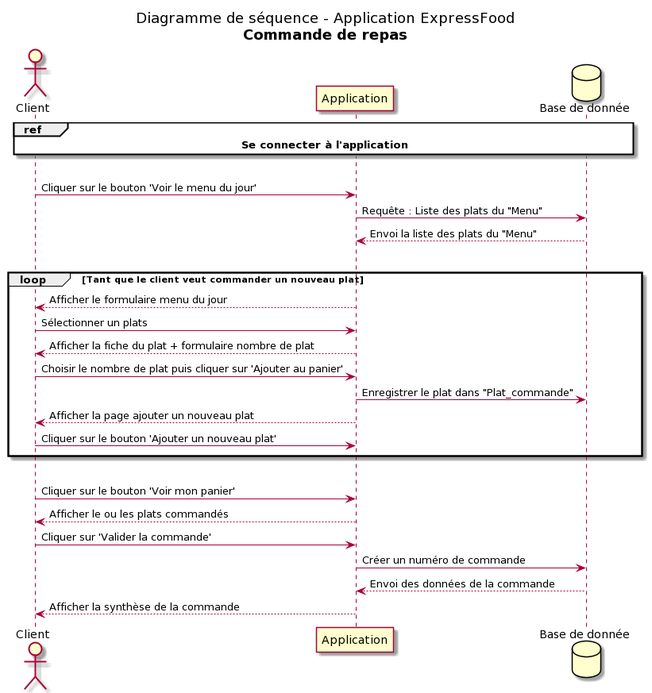
RemarkableCraft/OC_UML_P4 keeps this PlantUML diagram as P4_01_schémaUML/02-03_diagramme_sequence_Commande.png. Above is the earlier version.
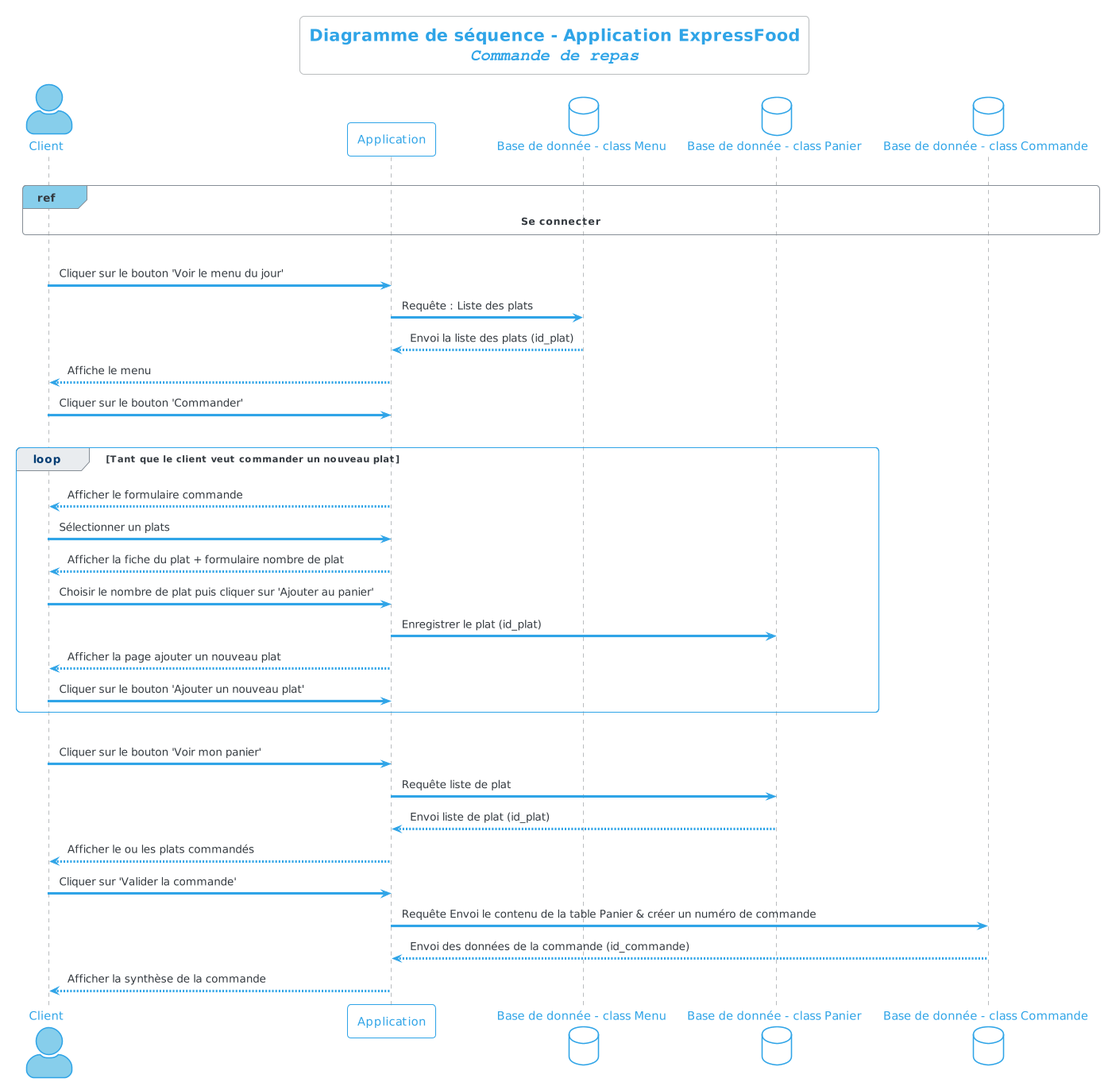
Later version of the same file.

The edit, as a diff of the source:
```diff
@@ -1,36 +1,46 @@
 @startuml
 title
  Diagramme de séquence - Application ExpressFood
- **Commande de repas**
+ //""Commande de repas""//
 end title
 
-actor Client as A3
+skinparam actorStyle awesome
+!theme cerulean-outline
+
+actor Client as A3 #SkyBlue
 
 participant Application as UI
-database "Base de donnée" as BDD
+database "Base de donnée - class Menu" as BDD1
+database "Base de donnée - class Panier" as BDD2
+database "Base de donnée - class Commande" as BDD3
 
-ref over A3, BDD : **Se connecter à l'application**
+|||
+ref#SkyBlue over A3, BDD3 : **Se connecter**
 |||
 A3 -> UI : Cliquer sur le bouton 'Voir le menu du jour'
-UI -> BDD : Requête : Liste des plats du "Menu"
-BDD --> UI : Envoi la liste des plats du "Menu"
+UI -> BDD1 : Requête : Liste des plats
+BDD1 --> UI : Envoi la liste des plats (id_plat)
+UI --> A3 : Affiche le menu
+A3 -> UI : Cliquer sur le bouton 'Commander'
 |||
 loop Tant que le client veut commander un nouveau plat
 ||5||
-UI --> A3 : Afficher le formulaire menu du jour
+UI --> A3 : Afficher le formulaire commande
 A3 -> UI : Sélectionner un plats
 UI --> A3 : Afficher la fiche du plat + formulaire nombre de plat
 A3 -> UI : Choisir le nombre de plat puis cliquer sur 'Ajouter au panier'
-UI -> BDD : Enregistrer le plat dans "Plat_commande"
+UI -> BDD2 : Enregistrer le plat (id_plat)
 UI --> A3 : Afficher la page ajouter un nouveau plat
 A3 -> UI : Cliquer sur le bouton 'Ajouter un nouveau plat'
 ||5||
 end
 |||
 A3 -> UI : Cliquer sur le bouton 'Voir mon panier'
+UI -> BDD2 : Requête liste de plat
+BDD2 --> UI : Envoi liste de plat (id_plat)
 UI --> A3 : Afficher le ou les plats commandés
 A3 -> UI : Cliquer sur 'Valider la commande'
-UI -> BDD : Créer un numéro de commande
-BDD --> UI : Envoi des données de la commande
+UI -> BDD3 : Requête Envoi le contenu de la table Panier & créer un numéro de commande
+BDD3 --> UI : Envoi des données de la commande (id_commande)
 UI --> A3 : Afficher la synthèse de la commande
 @enduml
```
